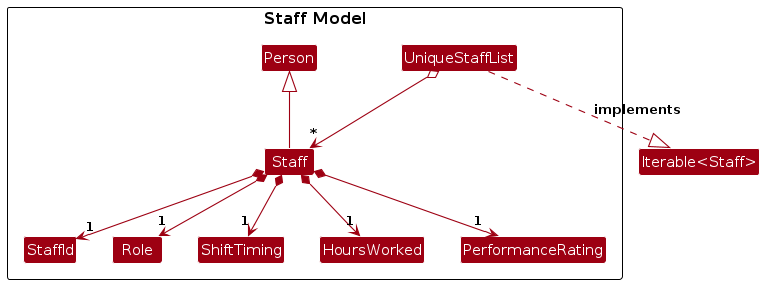
Earlier version of the PlantUML export diagrams/StaffModelClassDiagram.png (rannn367/tp). Its source is kept beside it as diagrams/StaffModelClassDiagram.puml. Its diagram source:
```plantuml
@startuml
!include style.puml
skinparam arrowThickness 1.1
skinparam arrowColor MODEL_COLOR
skinparam classBackgroundColor MODEL_COLOR

package "Staff Model" as StaffModel {
    class Person

    class Staff {
        - staffId: StaffId
        - role: Role
        - shiftTiming: ShiftTiming
        - hoursWorked: HoursWorked
        - performanceRating: PerformanceRating
        + getStaffId(): StaffId
        + getRole(): Role
        + getShiftTiming(): ShiftTiming
        + getHoursWorked(): HoursWorked
        + getPerformanceRating(): PerformanceRating
        + isSameStaff(otherStaff): boolean
        + equals(Object): boolean
        + hashCode(): int
        + toString(): String
    }

    class StaffId {
        - {static} MESSAGE_CONSTRAINTS: String
        - {static} VALIDATION_REGEX: String
        - staffId: String
        + getStaffId(): String
        + {static} isValidStaffId(String): boolean
        + equals(Object): boolean
        + hashCode(): int
        + toString(): String
    }

    class Role {
        - {static} MESSAGE_CONSTRAINTS: String
        - {static} VALIDATION_REGEX: String
        - role: String
        + getRole(): String
        + {static} isValidRole(String): boolean
        + equals(Object): boolean
        + hashCode(): int
        + toString(): String
    }

    class ShiftTiming {
        - {static} MESSAGE_CONSTRAINTS: String
        - {static} VALIDATION_REGEX: String
        - shiftTiming: String
        + getShiftTiming(): String
        + {static} isValidShiftTiming(String): boolean
        + equals(Object): boolean
        + hashCode(): int
        + toString(): String
    }

    class HoursWorked {
        - {static} MESSAGE_CONSTRAINTS: String
        - hoursWorked: int
        + getHours(): int
        + {static} isValidHours(int): boolean
        + equals(Object): boolean
        + hashCode(): int
        + toString(): String
    }

    class PerformanceRating {
        - {static} MESSAGE_CONSTRAINTS: String
        - rating: double
        + getRating(): double
        + {static} isValidRating(double): boolean
        + equals(Object): boolean
        + hashCode(): int
        + toString(): String
    }

    class UniqueStaffList {
        - internalList: ObservableList<Staff>
        - internalUnmodifiableList: ObservableList<Staff>
        + contains(Staff): boolean
        + add(Staff): void
        + setStaff(Staff, Staff): void
        + remove(Staff): void
        + setStaffs(List<Staff>): void
        + setStaffs(UniqueStaffList): void
        + asUnmodifiableObservableList(): ObservableList<Staff>
        + iterator(): Iterator<Staff>
        + equals(Object): boolean
        + hashCode(): int
        + toString(): String
        - staffsAreUnique(List<Staff>): boolean
    }
}

Staff -up-|> Person
Staff *--> "1" StaffId
Staff *--> "1" Role
Staff *--> "1" ShiftTiming
Staff *--> "1" HoursWorked
Staff *--> "1" PerformanceRating

UniqueStaffList o--> "*" Staff
UniqueStaffList ..|> "Iterable<Staff>" : implements

@enduml
```
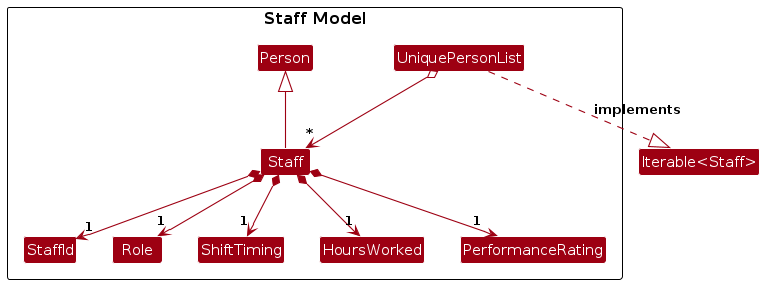
Above is the later version.

The edit, as a diff of the source:
```diff
@@ -77,21 +77,22 @@
         + toString(): String
     }
 
-    class UniqueStaffList {
-        - internalList: ObservableList<Staff>
-        - internalUnmodifiableList: ObservableList<Staff>
-        + contains(Staff): boolean
-        + add(Staff): void
-        + setStaff(Staff, Staff): void
-        + remove(Staff): void
-        + setStaffs(List<Staff>): void
-        + setStaffs(UniqueStaffList): void
-        + asUnmodifiableObservableList(): ObservableList<Staff>
-        + iterator(): Iterator<Staff>
+    class UniquePersonList {
+        - internalList: ObservableList<Person>
+        - internalUnmodifiableList: ObservableList<Person>
+        + contains(Person): boolean
+        + add(Person): void
+        + setPerson(Person, Person): void
+        + remove(Person): void
+        + setPersons(List<Person>): void
+        + setPersons(UniquePersonList): void
+        + asUnmodifiableObservableList(): ObservableList<Person>
+        + getFilteredList<T extends Person>(Class<T>): FilteredList<T>
+        + iterator(): Iterator<Person>
         + equals(Object): boolean
         + hashCode(): int
         + toString(): String
-        - staffsAreUnique(List<Staff>): boolean
+        - personsAreUnique(List<Person>): boolean
     }
 }
 
@@ -102,7 +103,7 @@
 Staff *--> "1" HoursWorked
 Staff *--> "1" PerformanceRating
 
-UniqueStaffList o--> "*" Staff
-UniqueStaffList ..|> "Iterable<Staff>" : implements
+UniquePersonList o--> "*" Staff
+UniquePersonList ..|> "Iterable<Staff>" : implements
 
 @enduml
```
